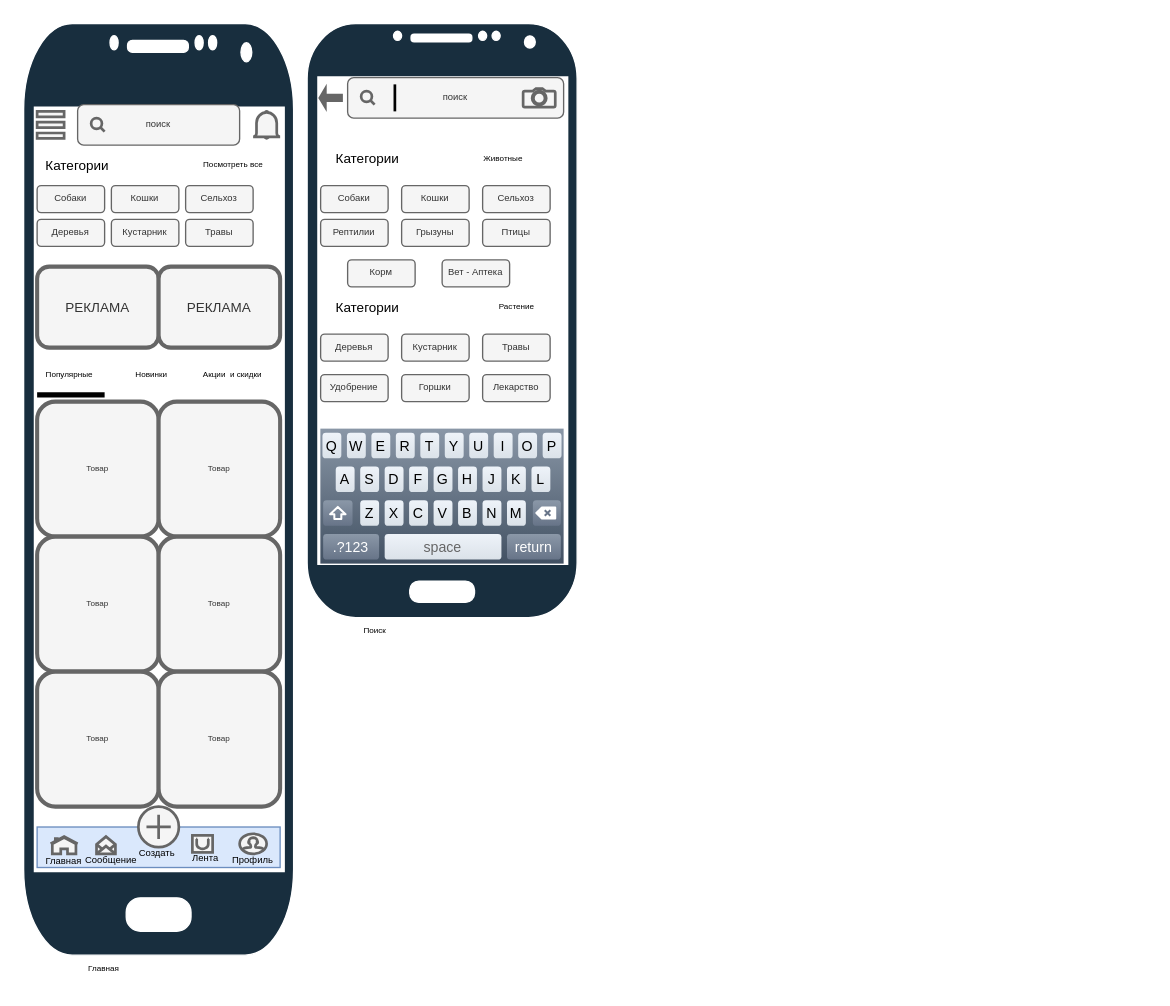
This is Диаграмма без названия.drawio from TDjamik/herewego, a draw.io file, before an edit. Source tidied: cells renumbered, new cells numbered last; positions are measured from the earlier drawing's top-left corner, leaving out a move shared by most shapes. Both pictures are drawn from the tidied source at 135%, with x=0, y=0 at pixel (23, 23).
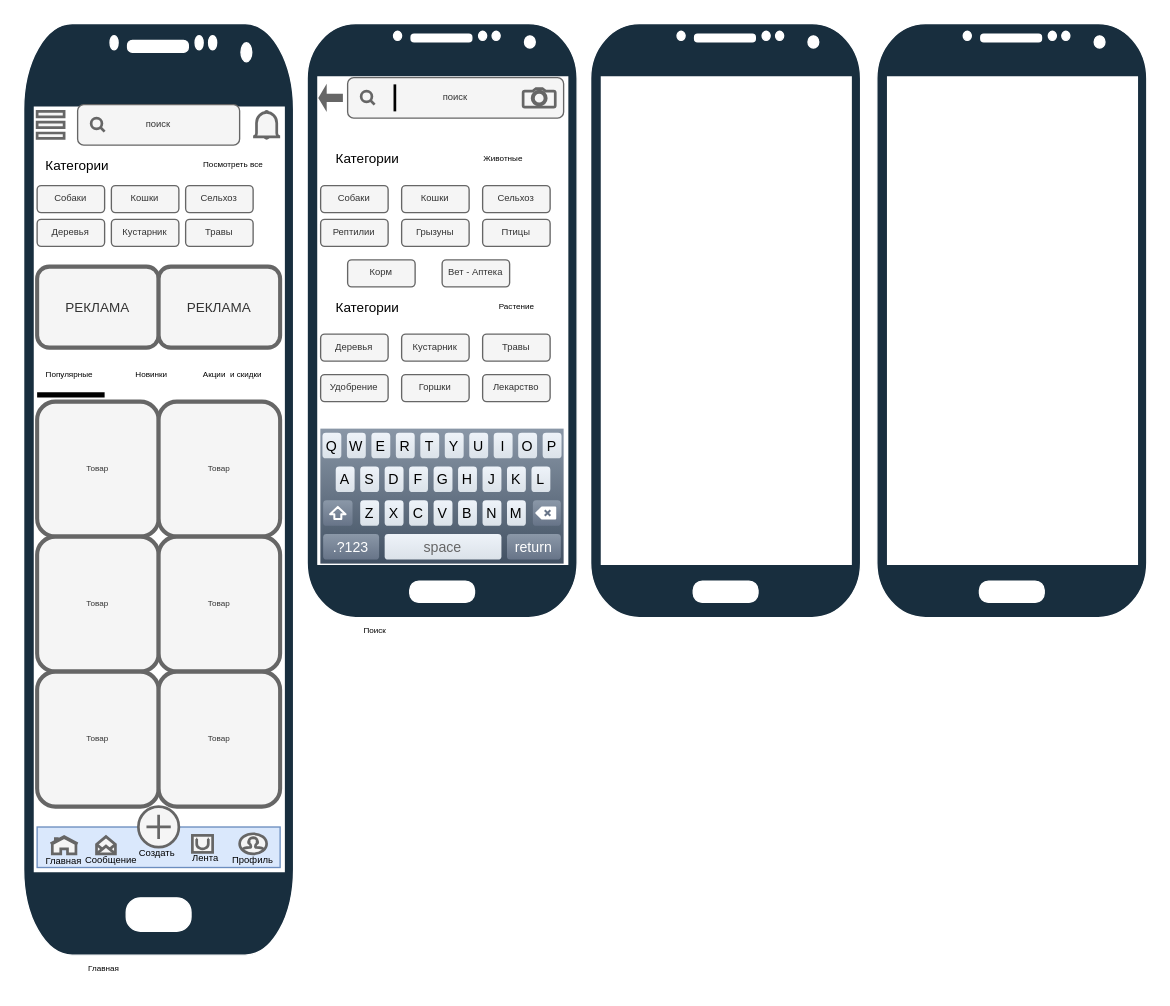
The same page after the edit.

What changed in the source:
```diff
@@
+    <mxCell id="65" style="verticalLabelPosition=bottom;verticalAlign=top;html=1;shadow=0;dashed=0;strokeWidth=1;shape=mxgraph.android.phone2;strokeColor=#FFFFFF;labelBackgroundColor=none;fillColor=#182E3E;fontColor=#FFFFFF;" parent="1" vertex="1">
+      <mxGeometry x="420" width="200" height="440" as="geometry" />
+    </mxCell>
+    <mxCell id="66" style="verticalLabelPosition=bottom;verticalAlign=top;html=1;shadow=0;dashed=0;strokeWidth=1;shape=mxgraph.android.phone2;strokeColor=#FFFFFF;labelBackgroundColor=none;fillColor=#182E3E;fontColor=#FFFFFF;" parent="1" vertex="1">
+      <mxGeometry x="632" width="200" height="440" as="geometry" />
+    </mxCell>
```
